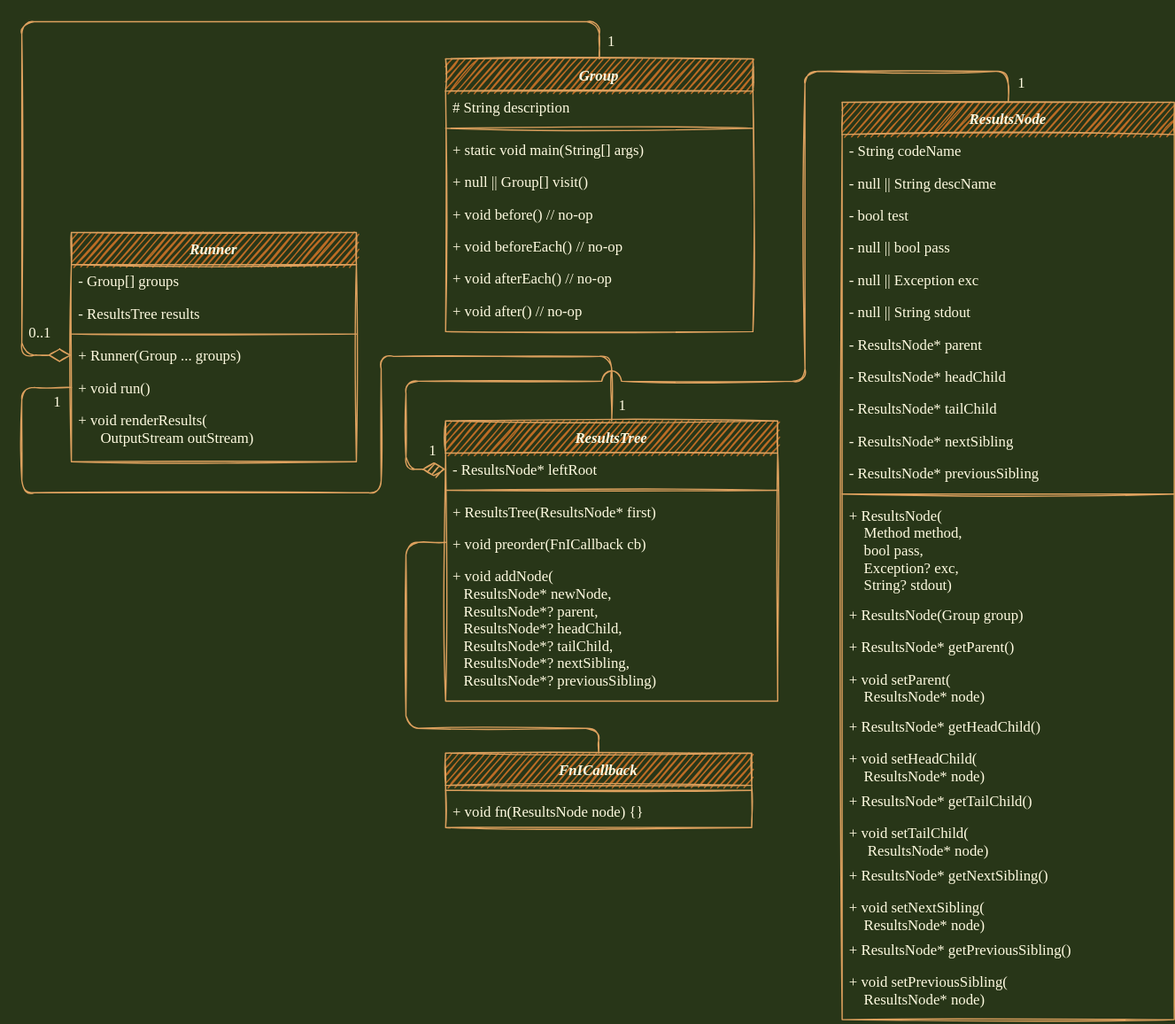
Earlier version of the draw.io export uml.drawio.svg (andrew-chang-dewitt/jspec). Source tidied: cells renumbered, new cells last; positions are measured from the earlier drawing's top-left corner, leaving out a move shared by most shapes.
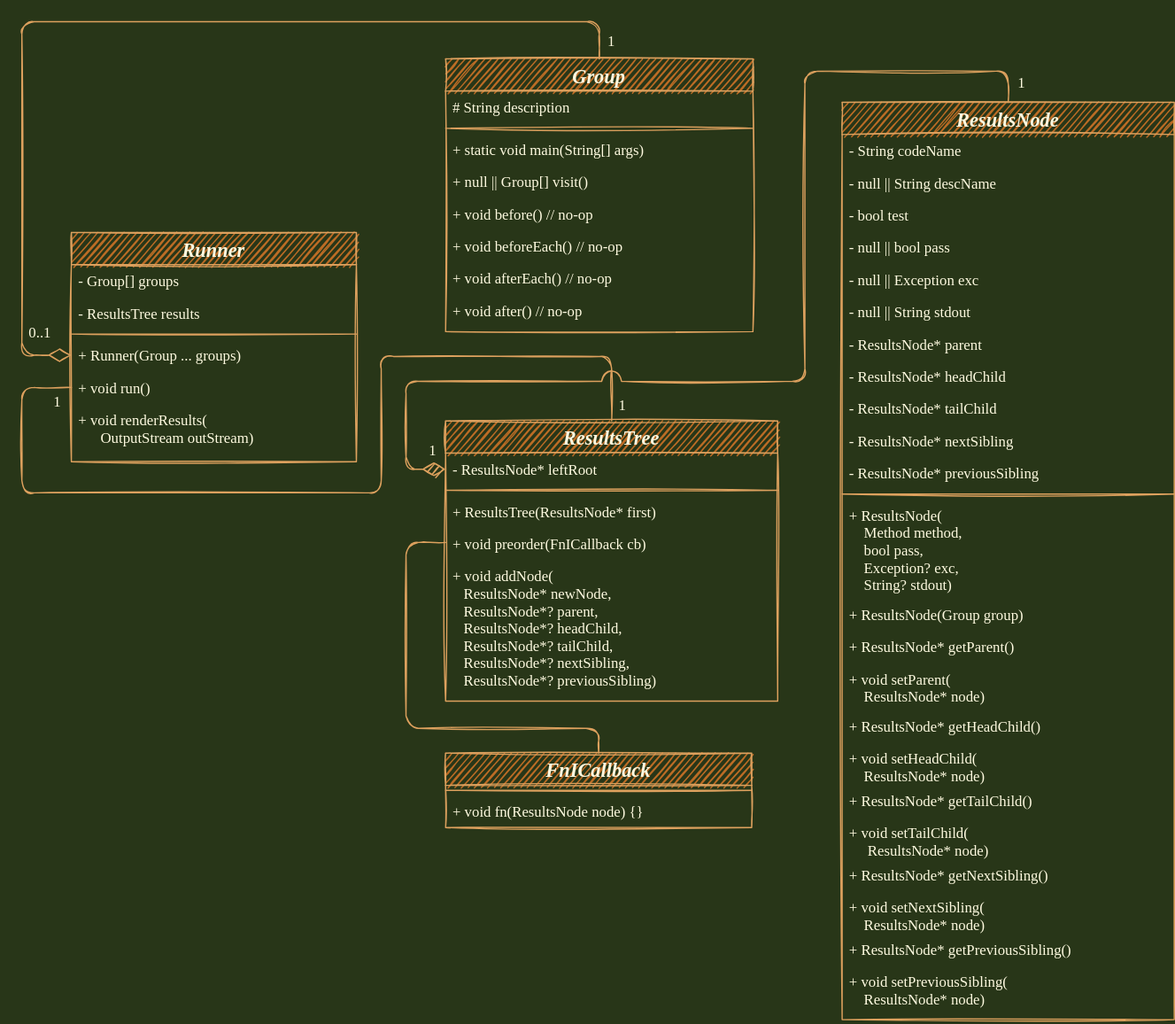
The same diagram one commit later.

Commit message:
Improve readability.

The edit, as a diff of the source:
```diff
@@ -11,7 +11,7 @@
         </Array>
       </mxGeometry>
     </mxCell>
-    <mxCell id="3" value="Group" style="swimlane;fontStyle=3;align=center;verticalAlign=top;horizontal=1;startSize=26;rounded=0;shadow=0;strokeWidth=1;fillColor=#BC6C25;strokeColor=#DDA15E;fontColor=#FEFAE0;sketch=1;fontFamily=Fira Code;fontSource=https%3A%2F%2Ffonts.googleapis.com%2Fcss%3Ffamily%3DFira%2BCode;" parent="1" vertex="1">
+    <mxCell id="3" value="Group" style="swimlane;fontStyle=3;align=center;verticalAlign=middle;horizontal=1;startSize=26;rounded=0;shadow=0;strokeWidth=1;fillColor=#BC6C25;strokeColor=#DDA15E;fontColor=#FEFAE0;sketch=1;fontFamily=Fira Code;fontSource=https%3A%2F%2Ffonts.googleapis.com%2Fcss%3Ffamily%3DFira%2BCode;fontSize=16;" parent="1" vertex="1">
       <mxGeometry x="342" y="30" width="248" height="220" as="geometry" />
     </mxCell>
     <mxCell id="4" value="# String description" style="text;align=left;verticalAlign=top;spacingLeft=4;spacingRight=4;overflow=hidden;rounded=0;fontColor=#FEFAE0;sketch=1;fontFamily=Fira Code;fontSource=https%3A%2F%2Ffonts.googleapis.com%2Fcss%3Ffamily%3DFira%2BCode;" parent="3" vertex="1">
@@ -38,7 +38,7 @@
     <mxCell id="11" value="+ void after() // no-op" style="text;align=left;verticalAlign=top;spacingLeft=4;spacingRight=4;overflow=hidden;rounded=0;fontColor=#FEFAE0;sketch=1;fontFamily=Fira Code;fontSource=https%3A%2F%2Ffonts.googleapis.com%2Fcss%3Ffamily%3DFira%2BCode;" parent="3" vertex="1">
       <mxGeometry y="190" width="248" height="26" as="geometry" />
     </mxCell>
-    <mxCell id="12" value="Runner" style="swimlane;fontStyle=3;align=center;verticalAlign=top;horizontal=1;startSize=26;rounded=0;shadow=0;strokeWidth=1;fillColor=#BC6C25;strokeColor=#DDA15E;fontColor=#FEFAE0;sketch=1;fontFamily=Fira Code;fontSource=https%3A%2F%2Ffonts.googleapis.com%2Fcss%3Ffamily%3DFira%2BCode;labelBackgroundColor=none;labelBorderColor=none;" parent="1" vertex="1">
+    <mxCell id="12" value="Runner" style="swimlane;fontStyle=3;align=center;verticalAlign=middle;horizontal=1;startSize=26;rounded=0;shadow=0;strokeWidth=1;fillColor=#BC6C25;strokeColor=#DDA15E;fontColor=#FEFAE0;sketch=1;fontFamily=Fira Code;fontSource=https%3A%2F%2Ffonts.googleapis.com%2Fcss%3Ffamily%3DFira%2BCode;labelBackgroundColor=none;labelBorderColor=none;fontSize=16;" parent="1" vertex="1">
       <mxGeometry x="40" y="170" width="230" height="185" as="geometry" />
     </mxCell>
     <mxCell id="13" value="- Group[] groups" style="text;align=left;verticalAlign=top;spacingLeft=4;spacingRight=4;overflow=hidden;rounded=0;fontColor=#FEFAE0;sketch=1;fontFamily=Fira Code;fontSource=https%3A%2F%2Ffonts.googleapis.com%2Fcss%3Ffamily%3DFira%2BCode;" parent="12" vertex="1">
@@ -76,7 +76,7 @@
         </Array>
       </mxGeometry>
     </mxCell>
-    <mxCell id="22" value="ResultsTree" style="swimlane;fontStyle=3;align=center;verticalAlign=top;horizontal=1;startSize=26;rounded=0;shadow=0;strokeWidth=1;fillColor=#BC6C25;strokeColor=#DDA15E;fontColor=#FEFAE0;sketch=1;fontFamily=Fira Code;fontSource=https%3A%2F%2Ffonts.googleapis.com%2Fcss%3Ffamily%3DFira%2BCode;" parent="1" vertex="1">
+    <mxCell id="22" value="ResultsTree" style="swimlane;fontStyle=3;align=center;verticalAlign=middle;horizontal=1;startSize=26;rounded=0;shadow=0;strokeWidth=1;fillColor=#BC6C25;strokeColor=#DDA15E;fontColor=#FEFAE0;sketch=1;fontFamily=Fira Code;fontSource=https%3A%2F%2Ffonts.googleapis.com%2Fcss%3Ffamily%3DFira%2BCode;fontSize=16;" parent="1" vertex="1">
       <mxGeometry x="342" y="322" width="268" height="226" as="geometry" />
     </mxCell>
     <mxCell id="23" value="- ResultsNode* leftRoot" style="text;align=left;verticalAlign=top;spacingLeft=4;spacingRight=4;overflow=hidden;points=[[0,0.5],[1,0.5]];portConstraint=eastwest;rounded=0;fontColor=#FEFAE0;sketch=1;fontFamily=Fira Code;fontSource=https%3A%2F%2Ffonts.googleapis.com%2Fcss%3Ffamily%3DFira%2BCode;" parent="22" vertex="1">
@@ -111,7 +111,7 @@
         </Array>
       </mxGeometry>
     </mxCell>
-    <mxCell id="31" value="ResultsNode" style="swimlane;fontStyle=3;align=center;verticalAlign=top;horizontal=1;startSize=26;rounded=0;shadow=0;strokeWidth=1;fillColor=#BC6C25;strokeColor=#DDA15E;fontColor=#FEFAE0;sketch=1;fontFamily=Fira Code;fontSource=https%3A%2F%2Ffonts.googleapis.com%2Fcss%3Ffamily%3DFira%2BCode;" parent="1" vertex="1">
+    <mxCell id="31" value="ResultsNode" style="swimlane;fontStyle=3;align=center;verticalAlign=middle;horizontal=1;startSize=26;rounded=0;shadow=0;strokeWidth=1;fillColor=#BC6C25;strokeColor=#DDA15E;fontColor=#FEFAE0;sketch=1;fontFamily=Fira Code;fontSource=https%3A%2F%2Ffonts.googleapis.com%2Fcss%3Ffamily%3DFira%2BCode;fontSize=16;" parent="1" vertex="1">
       <mxGeometry x="662" y="65" width="268" height="740" as="geometry" />
     </mxCell>
     <mxCell id="32" value="- String codeName" style="text;align=left;verticalAlign=top;spacingLeft=4;spacingRight=4;overflow=hidden;rounded=0;fontColor=#FEFAE0;sketch=1;fontFamily=Fira Code;fontSource=https%3A%2F%2Ffonts.googleapis.com%2Fcss%3Ffamily%3DFira%2BCode;" parent="31" vertex="1">
@@ -202,7 +202,7 @@
         </Array>
       </mxGeometry>
     </mxCell>
-    <mxCell id="59" value="FnICallback" style="swimlane;fontStyle=3;align=center;verticalAlign=top;horizontal=1;startSize=26;rounded=0;shadow=0;strokeWidth=1;fillColor=#BC6C25;strokeColor=#DDA15E;fontColor=#FEFAE0;sketch=1;fontFamily=Fira Code;fontSource=https%3A%2F%2Ffonts.googleapis.com%2Fcss%3Ffamily%3DFira%2BCode;" parent="1" vertex="1">
+    <mxCell id="59" value="FnICallback" style="swimlane;fontStyle=3;align=center;verticalAlign=middle;horizontal=1;startSize=26;rounded=0;shadow=0;strokeWidth=1;fillColor=#BC6C25;strokeColor=#DDA15E;fontColor=#FEFAE0;sketch=1;fontFamily=Fira Code;fontSource=https%3A%2F%2Ffonts.googleapis.com%2Fcss%3Ffamily%3DFira%2BCode;fontSize=16;" parent="1" vertex="1">
       <mxGeometry x="342" y="590" width="247" height="60" as="geometry" />
     </mxCell>
     <mxCell id="60" style="line;html=1;strokeWidth=1;align=left;verticalAlign=middle;spacingTop=-1;spacingLeft=3;spacingRight=3;labelPosition=right;rounded=0;labelBackgroundColor=#283618;fillColor=#BC6C25;strokeColor=#DDA15E;fontColor=#FEFAE0;sketch=1;fontFamily=Fira Code;fontSource=https%3A%2F%2Ffonts.googleapis.com%2Fcss%3Ffamily%3DFira%2BCode;" parent="59" vertex="1">
```
